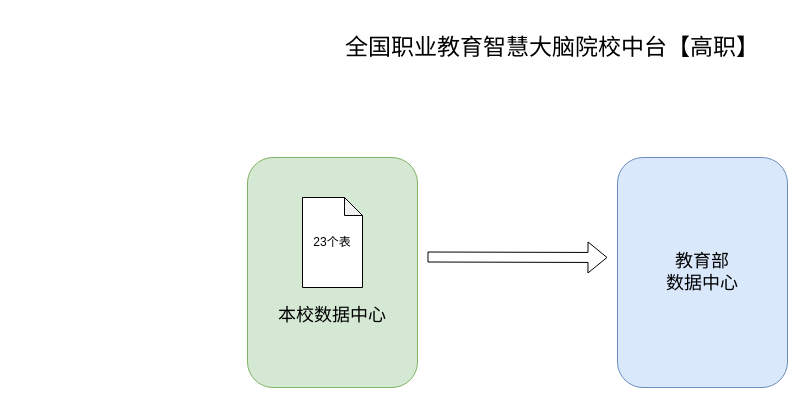
Earlier version of the draw.io diagram 教育部智慧大脑【高职】.drawio (redcomet88/DRAW). Source tidied: cells renumbered, new cells numbered last; positions are measured from the earlier drawing's top-left corner, leaving out a move shared by most shapes. Both pictures are drawn from the tidied source at 100%, with x=0, y=0 at pixel (247, 17). Pictures stored in the file or linked from it are replaced by grey dashed boxes.
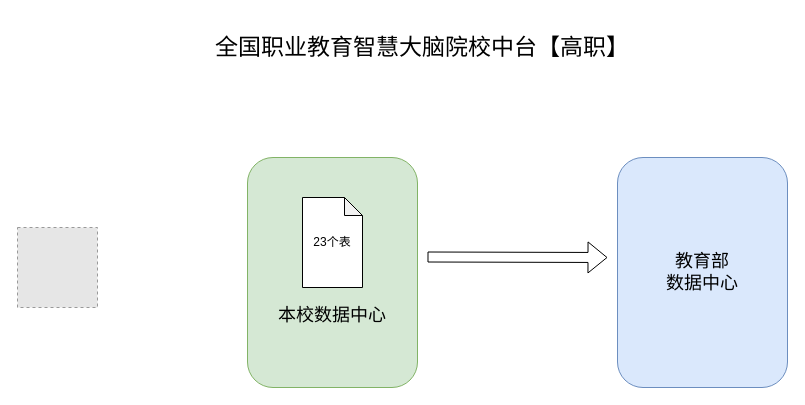
The same diagram, later.

Commit message:
Update 教育部智慧大脑【高职】.drawio

What changed in the source:
```diff
@@
 <mxGraphModel>
   <root>
     <mxCell id="0" />
     <mxCell id="1" parent="0" />
     <mxCell id="2" value="&lt;br&gt;&lt;br&gt;&lt;br&gt;&lt;br&gt;&lt;br&gt;&lt;br&gt;&lt;font style=&quot;font-size: 18px;&quot;&gt;本校数据中心&lt;/font&gt;" style="rounded=1;whiteSpace=wrap;html=1;fillColor=#d5e8d4;strokeColor=#82b366;" parent="1" vertex="1">
       <mxGeometry y="140" width="170" height="230" as="geometry" />
     </mxCell>
     <mxCell id="3" style="shape=flexArrow;endArrow=classic;html=1;rounded=0;" parent="1" edge="1">
       <mxGeometry relative="1" as="geometry">
         <mxPoint x="180" y="239.5" as="sourcePoint" />
         <mxPoint x="360" y="240" as="targetPoint" />
       </mxGeometry>
     </mxCell>
     <mxCell id="4" value="23个表" style="shape=note;whiteSpace=wrap;html=1;backgroundOutline=1;darkOpacity=0.05;size=18;" parent="1" vertex="1">
       <mxGeometry x="55" y="180" width="60" height="90" as="geometry" />
     </mxCell>
     <mxCell id="5" value="教育部&lt;br&gt;数据中心" style="rounded=1;whiteSpace=wrap;html=1;fontSize=18;fillColor=#dae8fc;strokeColor=#6c8ebf;" parent="1" vertex="1">
       <mxGeometry x="370" y="140" width="170" height="230" as="geometry" />
     </mxCell>
     <mxCell id="6" value="全国职业教育智慧大脑院校中台【高职】" style="text;html=1;strokeColor=none;fillColor=none;align=center;verticalAlign=middle;whiteSpace=wrap;rounded=0;fontSize=23;" parent="1" vertex="1">
-      <mxGeometry x="80" width="450" height="60" as="geometry" />
+      <mxGeometry x="-50" width="450" height="60" as="geometry" />
     </mxCell>
+    <mxCell id="7" style="fillColor=#E6E6E6;strokeColor=#999999;dashed=1;html=1;verticalAlign=top;verticalLabelPosition=bottom;labelBackgroundColor=#ffffff;fontSize=23;" parent="1" vertex="1">
+      <mxGeometry x="-230" y="210" width="80" height="80" as="geometry" />
+    </mxCell>
   </root>
 </mxGraphModel>
```
